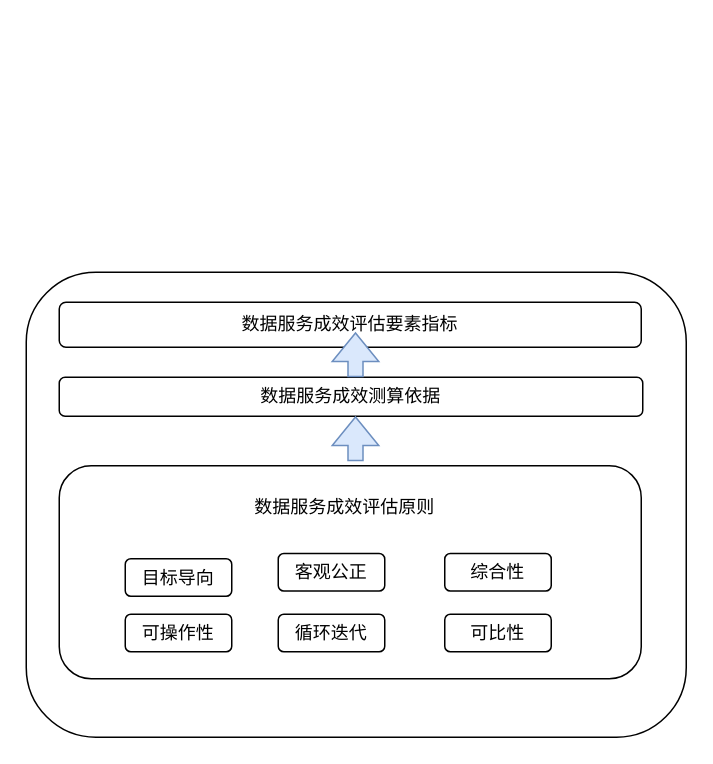
Earlier version of the draw.io diagram page "第 4 页" (4 of 5) of drawio/数据要素研究内容.drawio (raingnight/Blog_Pic). Source tidied: cells renumbered, new cells numbered last; positions are measured from the earlier drawing's top-left corner, leaving out a move shared by most shapes. Both pictures are drawn from the tidied source at 150%, with x=0, y=0 at pixel (26, 272).
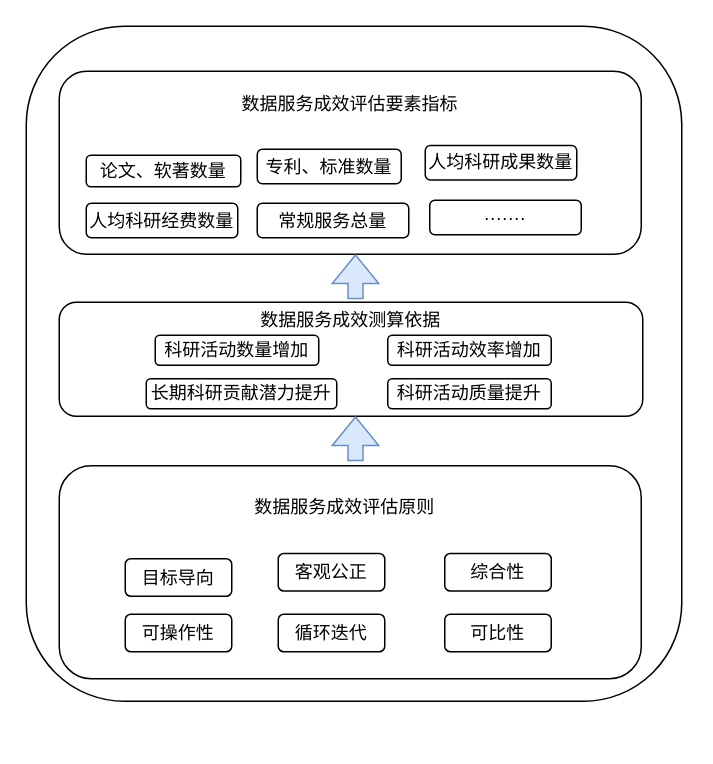
The same page after the edit.

What changed in the source:
```diff
@@
     <mxCell id="2" style="rounded=1;whiteSpace=wrap;html=1;" parent="1" vertex="1">
-      <mxGeometry width="440" height="310" as="geometry" />
+      <mxGeometry y="-164" width="437" height="450" as="geometry" />
     </mxCell>
@@
-    <mxCell id="4" value="数据服务成效测算依据" style="rounded=1;whiteSpace=wrap;html=1;" parent="1" vertex="1">
-      <mxGeometry x="22" y="70" width="389" height="26" as="geometry" />
+    <mxCell id="4" style="rounded=1;whiteSpace=wrap;html=1;" parent="1" vertex="1">
+      <mxGeometry x="22" y="20" width="389" height="76" as="geometry" />
     </mxCell>
-    <mxCell id="5" value="数据服务成效评估要素指标" style="rounded=1;whiteSpace=wrap;html=1;" parent="1" vertex="1">
-      <mxGeometry x="22" y="20" width="388" height="30" as="geometry" />
+    <mxCell id="5" style="rounded=1;whiteSpace=wrap;html=1;" parent="1" vertex="1">
+      <mxGeometry x="22" y="-134" width="388" height="122" as="geometry" />
     </mxCell>
     <mxCell id="6" style="shape=flexArrow;endArrow=classic;html=1;rounded=0;fillColor=#dae8fc;strokeColor=#6c8ebf;" parent="1" edge="1">
       <mxGeometry relative="1" as="geometry">
-        <mxPoint x="219.5" y="70" as="sourcePoint" />
-        <mxPoint x="219.5" y="40" as="targetPoint" />
+        <mxPoint x="219.5" y="18" as="sourcePoint" />
+        <mxPoint x="219.5" y="-12" as="targetPoint" />
       </mxGeometry>
     </mxCell>
@@
+    <mxCell id="15" value="数据服务成效测算依据" style="text;html=1;strokeColor=none;fillColor=none;align=center;verticalAlign=middle;whiteSpace=wrap;rounded=0;" parent="1" vertex="1">
+      <mxGeometry x="109" y="12" width="215" height="40" as="geometry" />
+    </mxCell>
+    <mxCell id="16" value="科研活动数量增加" style="rounded=1;whiteSpace=wrap;html=1;" parent="1" vertex="1">
+      <mxGeometry x="86" y="42" width="109" height="20" as="geometry" />
+    </mxCell>
+    <mxCell id="17" value="科研活动效率增加" style="rounded=1;whiteSpace=wrap;html=1;" parent="1" vertex="1">
+      <mxGeometry x="241" y="42" width="109" height="20" as="geometry" />
+    </mxCell>
+    <mxCell id="18" value="科研活动质量提升" style="rounded=1;whiteSpace=wrap;html=1;" parent="1" vertex="1">
+      <mxGeometry x="241" y="71" width="109" height="20" as="geometry" />
+    </mxCell>
+    <mxCell id="19" value="长期科研贡献潜力提升" style="rounded=1;whiteSpace=wrap;html=1;" parent="1" vertex="1">
+      <mxGeometry x="80" y="71" width="127" height="20" as="geometry" />
+    </mxCell>
+    <mxCell id="20" style="edgeStyle=orthogonalEdgeStyle;rounded=0;orthogonalLoop=1;jettySize=auto;html=1;exitX=0.5;exitY=1;exitDx=0;exitDy=0;" parent="1" edge="1" source="16" target="16">
+      <mxGeometry relative="1" as="geometry" />
+    </mxCell>
+    <mxCell id="21" style="edgeStyle=orthogonalEdgeStyle;rounded=0;orthogonalLoop=1;jettySize=auto;html=1;exitX=0.5;exitY=1;exitDx=0;exitDy=0;" parent="1" edge="1" source="18" target="18">
+      <mxGeometry relative="1" as="geometry" />
+    </mxCell>
+    <mxCell id="22" value="数据服务成效评估要素指标" style="text;html=1;strokeColor=none;fillColor=none;align=center;verticalAlign=middle;whiteSpace=wrap;rounded=0;" parent="1" vertex="1">
+      <mxGeometry x="143" y="-127" width="146" height="30" as="geometry" />
+    </mxCell>
+    <mxCell id="23" value="论文、软著数量" style="rounded=1;whiteSpace=wrap;html=1;" parent="1" vertex="1">
+      <mxGeometry x="40" y="-78" width="103" height="21" as="geometry" />
+    </mxCell>
+    <mxCell id="24" value="专利、标准数量" style="rounded=1;whiteSpace=wrap;html=1;" parent="1" vertex="1">
+      <mxGeometry x="154" y="-82" width="96" height="23" as="geometry" />
+    </mxCell>
+    <mxCell id="25" value="人均科研成果数量" style="rounded=1;whiteSpace=wrap;html=1;" parent="1" vertex="1">
+      <mxGeometry x="266" y="-84.5" width="101" height="23" as="geometry" />
+    </mxCell>
+    <mxCell id="26" value="常规服务总量" style="rounded=1;whiteSpace=wrap;html=1;" parent="1" vertex="1">
+      <mxGeometry x="154" y="-46" width="101" height="23" as="geometry" />
+    </mxCell>
+    <mxCell id="27" value="人均科研经费数量" style="rounded=1;whiteSpace=wrap;html=1;" parent="1" vertex="1">
+      <mxGeometry x="40" y="-46" width="101" height="23" as="geometry" />
+    </mxCell>
+    <mxCell id="28" value="·······" style="rounded=1;whiteSpace=wrap;html=1;" parent="1" vertex="1">
+      <mxGeometry x="269" y="-48" width="101" height="23" as="geometry" />
+    </mxCell>
```
